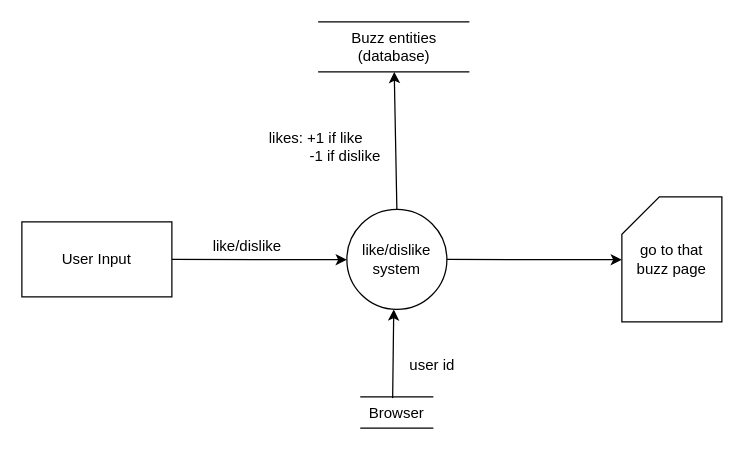
DonaldLamNL/buzzer keeps this draw.io diagram as DFD/Like.drawio. Above is the earlier version. Source tidied: cells renumbered, new cells numbered last; positions are measured from the earlier drawing's top-left corner, leaving out a move shared by most shapes. Both pictures are drawn from the tidied source at 125%, with x=0, y=0 at pixel (21, 21).
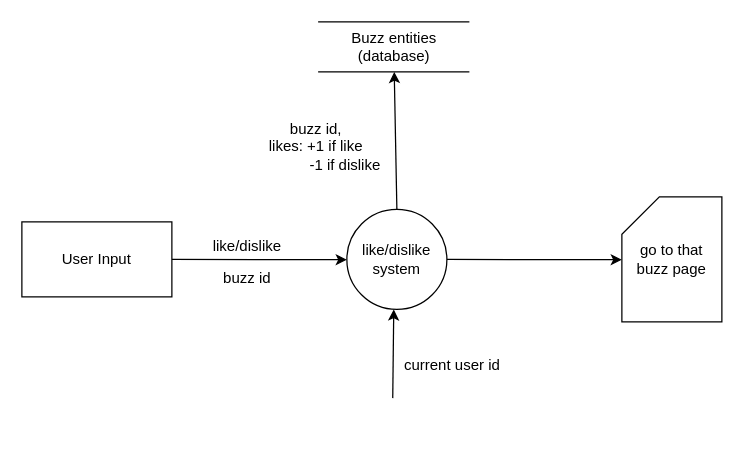
The same diagram, later.

What changed in the source:
```diff
@@
 <mxGraphModel>
   <root>
     <mxCell id="0" />
     <mxCell id="1" parent="0" />
     <mxCell id="2" style="edgeStyle=none;html=1;exitX=1;exitY=0.5;exitDx=0;exitDy=0;" parent="1" edge="1" source="3">
       <mxGeometry relative="1" as="geometry">
         <mxPoint x="260" y="190.3" as="targetPoint" />
       </mxGeometry>
     </mxCell>
     <mxCell id="3" value="User Input" style="rounded=0;whiteSpace=wrap;html=1;" parent="1" vertex="1">
       <mxGeometry y="160" width="120" height="60" as="geometry" />
     </mxCell>
     <mxCell id="4" value="like/dislike" style="text;html=1;align=center;verticalAlign=middle;strokeColor=none;fillColor=none;" parent="1" vertex="1">
       <mxGeometry x="140" y="165" width="80" height="30" as="geometry" />
     </mxCell>
     <mxCell id="5" style="edgeStyle=none;html=1;exitX=1;exitY=0.5;exitDx=0;exitDy=0;" parent="1" edge="1" source="7">
       <mxGeometry relative="1" as="geometry">
         <mxPoint x="480" y="190.3" as="targetPoint" />
       </mxGeometry>
     </mxCell>
     <mxCell id="6" style="edgeStyle=none;html=1;exitX=0.5;exitY=0;exitDx=0;exitDy=0;" parent="1" edge="1" source="7" target="11">
       <mxGeometry relative="1" as="geometry" />
     </mxCell>
     <mxCell id="7" value="like/dislike&lt;br&gt;system" style="ellipse;whiteSpace=wrap;html=1;" parent="1" vertex="1">
       <mxGeometry x="260" y="150" width="80" height="80" as="geometry" />
     </mxCell>
-    <mxCell id="8" value="Browser" style="shape=partialRectangle;whiteSpace=wrap;html=1;left=0;right=0;fillColor=none;rounded=0;strokeColor=default;fontFamily=Helvetica;fontSize=12;fontColor=default;" parent="1" vertex="1">
-      <mxGeometry x="271.2" y="300" width="57.5" height="25" as="geometry" />
-    </mxCell>
-    <mxCell id="9" style="edgeStyle=none;html=1;entryX=0.5;entryY=1;entryDx=0;entryDy=0;exitX=0.442;exitY=0.04;exitDx=0;exitDy=0;exitPerimeter=0;" parent="1" edge="1" source="8">
+    <mxCell id="9" style="edgeStyle=none;html=1;entryX=0.5;entryY=1;entryDx=0;entryDy=0;exitX=0.442;exitY=0.04;exitDx=0;exitDy=0;exitPerimeter=0;" parent="1" edge="1">
       <mxGeometry relative="1" as="geometry">
+        <mxPoint x="296.7" y="301" as="sourcePoint" />
         <mxPoint x="297.5" y="230" as="targetPoint" />
       </mxGeometry>
     </mxCell>
-    <mxCell id="10" value="user id" style="text;html=1;align=center;verticalAlign=middle;strokeColor=none;fillColor=none;" parent="1" vertex="1">
-      <mxGeometry x="297.5" y="260" width="60" height="30" as="geometry" />
+    <mxCell id="10" value="current user id" style="text;html=1;align=center;verticalAlign=middle;strokeColor=none;fillColor=none;" parent="1" vertex="1">
+      <mxGeometry x="294" y="260" width="100" height="30" as="geometry" />
     </mxCell>
     <mxCell id="11" value="Buzz entities&lt;br&gt;(database)" style="shape=partialRectangle;whiteSpace=wrap;html=1;left=0;right=0;fillColor=none;rounded=0;strokeColor=default;fontFamily=Helvetica;fontSize=12;fontColor=default;" parent="1" vertex="1">
       <mxGeometry x="237.5" width="120" height="40" as="geometry" />
     </mxCell>
-    <mxCell id="12" value="likes: +1 if like&lt;br&gt;&amp;nbsp; &amp;nbsp; &amp;nbsp; &amp;nbsp; &amp;nbsp; &amp;nbsp; &amp;nbsp; -1 if dislike" style="text;html=1;align=center;verticalAlign=middle;strokeColor=none;fillColor=none;" parent="1" vertex="1">
-      <mxGeometry x="170" y="80" width="130" height="40" as="geometry" />
+    <mxCell id="12" value="buzz id,&lt;br&gt;likes: +1 if like&lt;br&gt;&amp;nbsp; &amp;nbsp; &amp;nbsp; &amp;nbsp; &amp;nbsp; &amp;nbsp; &amp;nbsp; -1 if dislike" style="text;html=1;align=center;verticalAlign=middle;strokeColor=none;fillColor=none;" parent="1" vertex="1">
+      <mxGeometry x="170" y="70" width="130" height="60" as="geometry" />
     </mxCell>
     <mxCell id="13" value="&lt;span style=&quot;&quot;&gt;go to that&lt;br&gt;buzz&amp;nbsp;&lt;/span&gt;&lt;span style=&quot;&quot;&gt;page&lt;/span&gt;" style="shape=card;whiteSpace=wrap;html=1;" parent="1" vertex="1">
       <mxGeometry x="480" y="140" width="80" height="100" as="geometry" />
     </mxCell>
+    <mxCell id="14" value="buzz id" style="text;html=1;align=center;verticalAlign=middle;strokeColor=none;fillColor=none;" parent="1" vertex="1">
+      <mxGeometry x="150" y="190" width="60" height="30" as="geometry" />
+    </mxCell>
   </root>
 </mxGraphModel>
```
